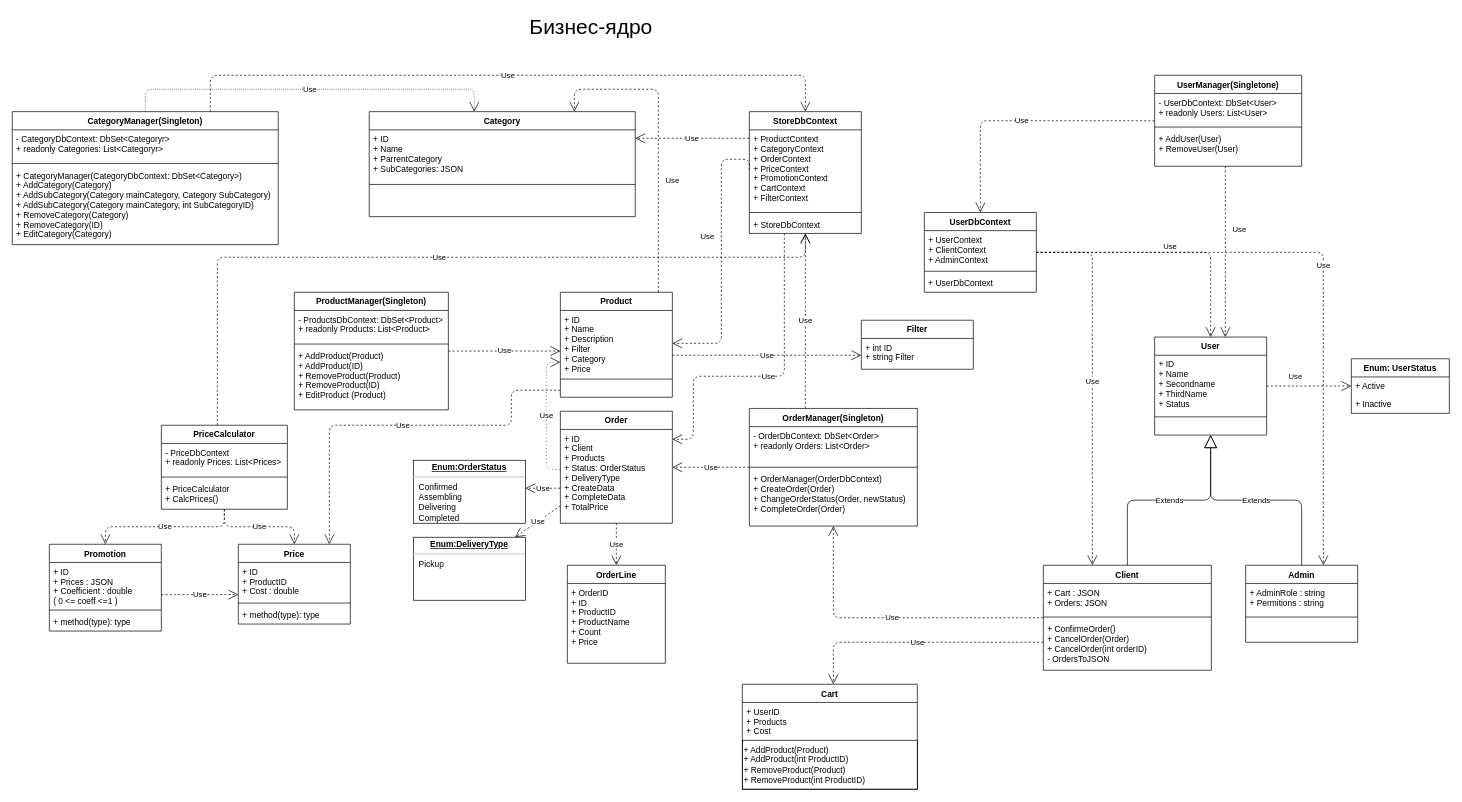
The draw.io diagram UML Diagram.drawio in ArtemGB/AlpakaStore, before the edit. Source tidied: cells renumbered, new cells numbered last; positions are measured from the earlier drawing's top-left corner, leaving out a move shared by most shapes. Both pictures are drawn from the tidied source at 70%, with x=0, y=0 at pixel (12, 12).
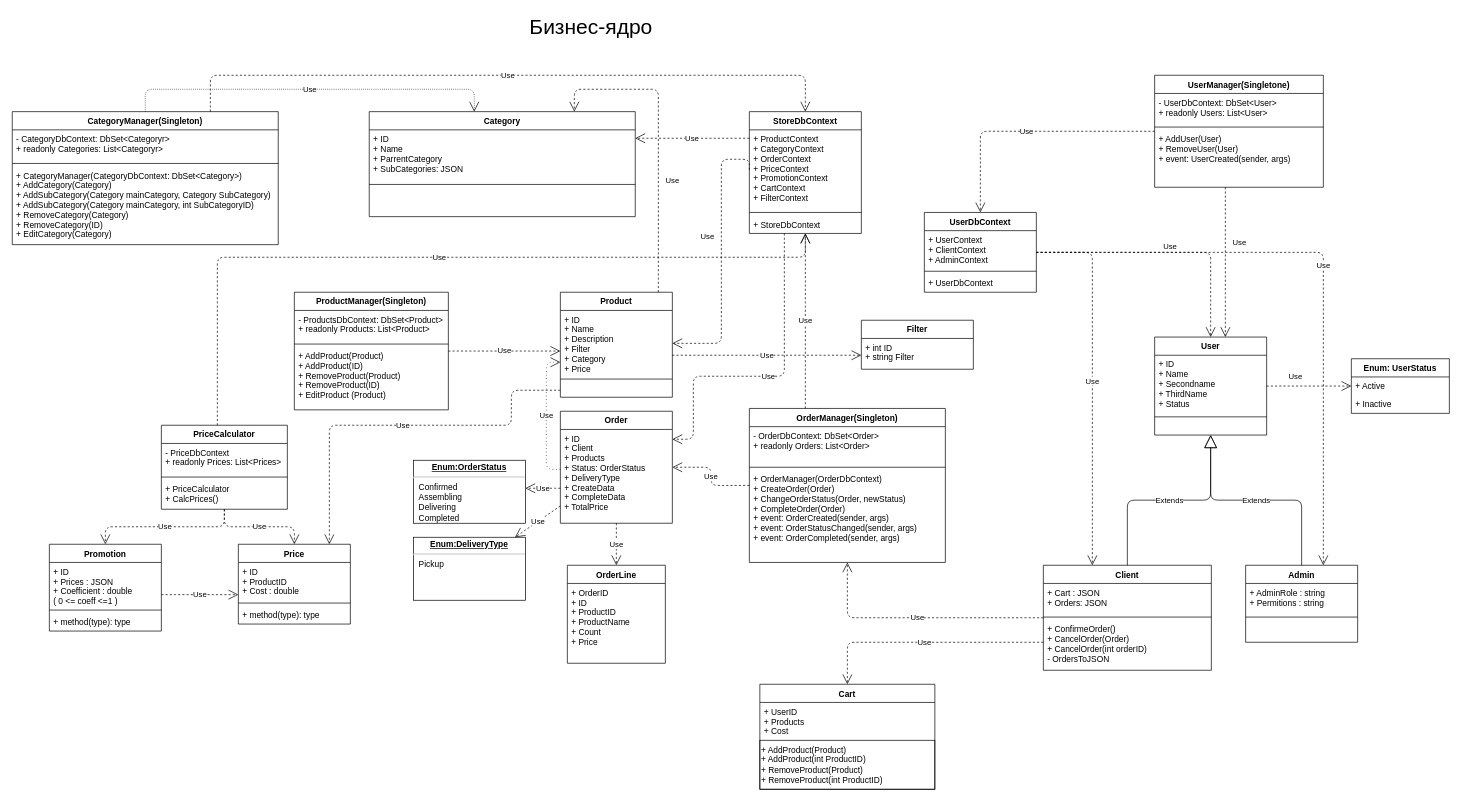
Above is the later version.

The change refers to these unchanged cells:
```xml
<mxCell id="21" value="Client" style="swimlane;fontStyle=1;align=center;verticalAlign=top;horizontal=1;startSize=26;" parent="1" vertex="1">
  <mxGeometry x="1473" y="790" width="240" height="150" as="geometry" />
</mxCell>
```

Change to the diagram source:
```diff
@@
     <mxCell id="34" value="OrderManager(Singleton)" style="swimlane;fontStyle=1;align=center;verticalAlign=top;horizontal=1;startSize=26;" parent="1" vertex="1">
-      <mxGeometry x="1053" y="566" width="240" height="168" as="geometry" />
+      <mxGeometry x="1053" y="566" width="280" height="220" as="geometry" />
     </mxCell>
     <mxCell id="35" value="- OrderDbContext: DbSet&lt;Order&gt;&#10;+ readonly Orders: List&lt;Order&gt;" style="text;strokeColor=none;fillColor=none;align=left;verticalAlign=top;spacingLeft=4;spacingRight=4;overflow=hidden;" parent="34" vertex="1">
-      <mxGeometry y="26" width="240" height="54" as="geometry" />
+      <mxGeometry y="26" width="280" height="54" as="geometry" />
     </mxCell>
     <mxCell id="36" style="line;strokeWidth=1;fillColor=none;align=left;verticalAlign=middle;spacingTop=-1;spacingLeft=3;spacingRight=3;labelPosition=right;" parent="34" vertex="1">
-      <mxGeometry y="80" width="240" height="8" as="geometry" />
+      <mxGeometry y="80" width="280" height="8" as="geometry" />
     </mxCell>
-    <mxCell id="37" value="+ OrderManager(OrderDbContext)&#10;+ CreateOrder(Order)&#10;+ ChangeOrderStatus(Order, newStatus)&#10;+ CompleteOrder(Order)" style="text;strokeColor=none;fillColor=none;align=left;verticalAlign=top;spacingLeft=4;spacingRight=4;overflow=hidden;" parent="34" vertex="1">
-      <mxGeometry y="88" width="240" height="80" as="geometry" />
+    <mxCell id="37" value="+ OrderManager(OrderDbContext)&#10;+ CreateOrder(Order)&#10;+ ChangeOrderStatus(Order, newStatus)&#10;+ CompleteOrder(Order)&#10;+ event: OrderCreated(sender, args)&#10;+ event: OrderStatusChanged(sender, args)&#10;+ event: OrderCompleted(sender, args) " style="text;strokeColor=none;fillColor=none;align=left;verticalAlign=top;spacingLeft=4;spacingRight=4;overflow=hidden;" parent="34" vertex="1">
+      <mxGeometry y="88" width="280" height="132" as="geometry" />
     </mxCell>
@@
     <mxCell id="78" value="UserManager(Singletone)" style="swimlane;fontStyle=1;align=center;verticalAlign=top;horizontal=1;startSize=26;" parent="1" vertex="1">
-      <mxGeometry x="1632" y="90" width="210" height="130" as="geometry" />
+      <mxGeometry x="1632" y="90" width="241" height="160" as="geometry" />
     </mxCell>
     <mxCell id="79" value="- UserDbContext: DbSet&lt;User&gt;&#10;+ readonly Users: List&lt;User&gt;" style="text;strokeColor=none;fillColor=none;align=left;verticalAlign=top;spacingLeft=4;spacingRight=4;overflow=hidden;" parent="78" vertex="1">
-      <mxGeometry y="26" width="210" height="44" as="geometry" />
+      <mxGeometry y="26" width="241" height="44" as="geometry" />
     </mxCell>
     <mxCell id="80" style="line;strokeWidth=1;fillColor=none;align=left;verticalAlign=middle;spacingTop=-1;spacingLeft=3;spacingRight=3;labelPosition=right;" parent="78" vertex="1">
-      <mxGeometry y="70" width="210" height="8" as="geometry" />
+      <mxGeometry y="70" width="241" height="8" as="geometry" />
     </mxCell>
-    <mxCell id="81" value="+ AddUser(User)&#10;+ RemoveUser(User)" style="text;strokeColor=none;fillColor=none;align=left;verticalAlign=top;spacingLeft=4;spacingRight=4;overflow=hidden;" parent="78" vertex="1">
-      <mxGeometry y="78" width="210" height="52" as="geometry" />
+    <mxCell id="81" value="+ AddUser(User)&#10;+ RemoveUser(User)&#10;+ event: UserCreated(sender, args)" style="text;strokeColor=none;fillColor=none;align=left;verticalAlign=top;spacingLeft=4;spacingRight=4;overflow=hidden;" parent="78" vertex="1">
+      <mxGeometry y="78" width="241" height="82" as="geometry" />
     </mxCell>
@@
     <mxCell id="90" value="Cart" style="swimlane;fontStyle=1;align=center;verticalAlign=top;horizontal=1;startSize=26;" parent="1" vertex="1">
-      <mxGeometry x="1043" y="960" width="250" height="150" as="geometry" />
+      <mxGeometry x="1068" y="960" width="250" height="150" as="geometry" />
     </mxCell>
@@
     <mxCell id="93" value="Use" style="endArrow=open;endSize=12;dashed=1;html=1;edgeStyle=orthogonalEdgeStyle;" parent="1" edge="1" source="21" target="90">
       <mxGeometry relative="1" as="geometry">
         <Array as="points">
-          <mxPoint x="1173" y="900" />
+          <mxPoint x="1193" y="900" />
         </Array>
       </mxGeometry>
     </mxCell>
```
